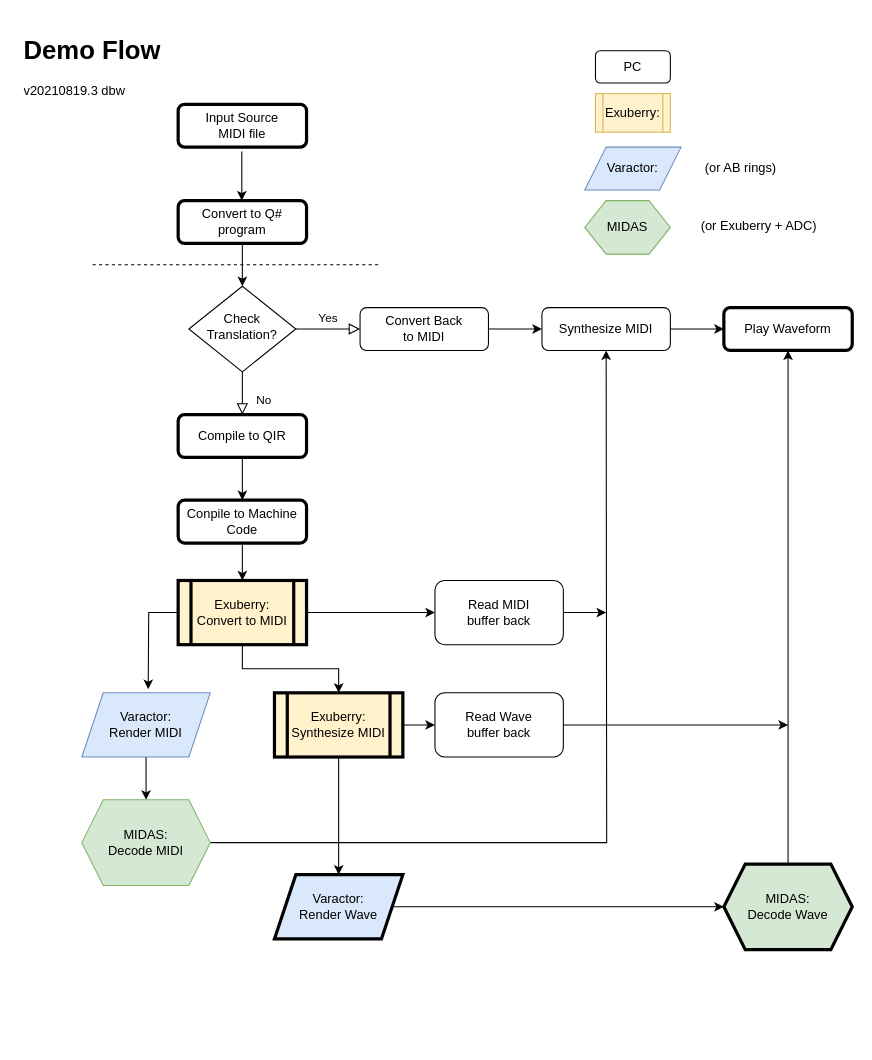
Before: DemoFlow.drawio in dbwz8/ASCII-Tetris, a draw.io diagram. Source tidied: cells renumbered, new cells numbered last; positions are measured from the earlier drawing's top-left corner, leaving out a move shared by most shapes. Both pictures are drawn from the tidied source at 107%, with x=0, y=0 at pixel (18, 29).
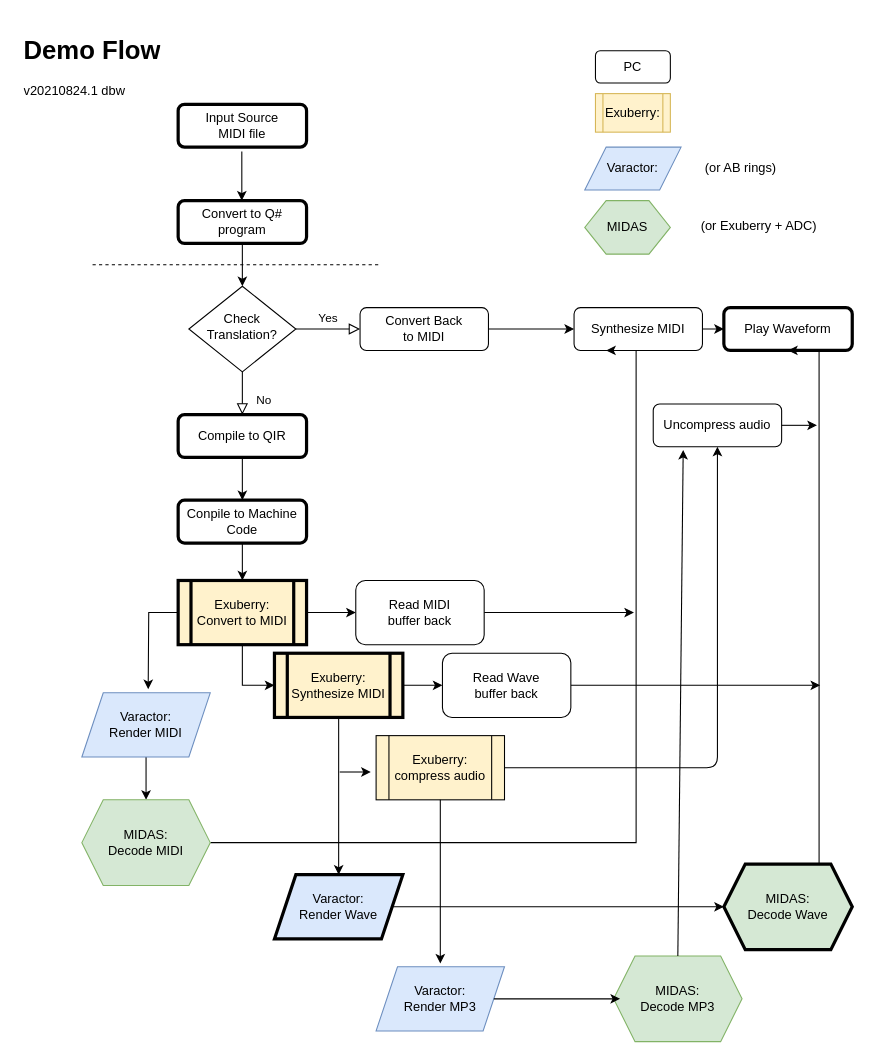
The same page after the edit.

Unchanged cells that the change refers to:
```xml
<mxCell id="21" value="Exuberry:&lt;br&gt;Convert to MIDI" style="shape=process;whiteSpace=wrap;html=1;backgroundOutline=1;fillColor=#fff2cc;strokeWidth=3;" parent="1" vertex="1">
  <mxGeometry x="149" y="515" width="120" height="60" as="geometry" />
</mxCell>
<mxCell id="28" value="MIDAS:&lt;br&gt;Decode MIDI" style="shape=hexagon;perimeter=hexagonPerimeter2;whiteSpace=wrap;html=1;fixedSize=1;fillColor=#d5e8d4;strokeColor=#82b366;" parent="1" vertex="1">
  <mxGeometry x="59" y="720" width="120" height="80" as="geometry" />
</mxCell>
<mxCell id="32" value="MIDAS:&lt;br&gt;Decode Wave" style="shape=hexagon;perimeter=hexagonPerimeter2;whiteSpace=wrap;html=1;fixedSize=1;fillColor=#d5e8d4;strokeWidth=3;" parent="1" vertex="1">
  <mxGeometry x="659" y="780" width="120" height="80" as="geometry" />
</mxCell>
```

What changed in the source:
```diff
@@
     <mxCell id="14" value="Synthesize MIDI" style="rounded=1;whiteSpace=wrap;html=1;fontSize=12;glass=0;strokeWidth=1;shadow=0;" parent="1" vertex="1">
-      <mxGeometry x="489" y="260" width="120" height="40" as="geometry" />
+      <mxGeometry x="519" y="260" width="120" height="40" as="geometry" />
     </mxCell>
@@
     <mxCell id="19" style="edgeStyle=orthogonalEdgeStyle;rounded=0;jettySize=auto;html=1;" parent="1" edge="1" source="21" target="24">
-      <mxGeometry relative="1" as="geometry" />
+      <mxGeometry relative="1" as="geometry">
+        <Array as="points">
+          <mxPoint x="209" y="613" />
+        </Array>
+      </mxGeometry>
     </mxCell>
@@
     <mxCell id="24" value="Exuberry:&lt;br&gt;Synthesize MIDI" style="shape=process;whiteSpace=wrap;html=1;backgroundOutline=1;fillColor=#fff2cc;strokeWidth=3;" parent="1" vertex="1">
-      <mxGeometry x="239" y="620" width="120" height="60" as="geometry" />
+      <mxGeometry x="239" y="583" width="120" height="60" as="geometry" />
     </mxCell>
@@
     <mxCell id="27" style="edgeStyle=orthogonalEdgeStyle;rounded=0;jettySize=auto;html=1;" parent="1" edge="1" source="28">
       <mxGeometry relative="1" as="geometry">
         <mxPoint x="549" y="300" as="targetPoint" />
+        <Array as="points">
+          <mxPoint x="577" y="760" />
+          <mxPoint x="577" y="300" />
+        </Array>
       </mxGeometry>
     </mxCell>
@@
     <mxCell id="31" style="edgeStyle=orthogonalEdgeStyle;rounded=0;jettySize=auto;html=1;" parent="1" edge="1" source="32">
       <mxGeometry relative="1" as="geometry">
         <mxPoint x="719" y="300" as="targetPoint" />
+        <Array as="points">
+          <mxPoint x="748" y="300" />
+        </Array>
       </mxGeometry>
     </mxCell>
@@
     <mxCell id="33" style="edgeStyle=orthogonalEdgeStyle;rounded=0;jettySize=auto;html=1;" parent="1" edge="1" source="34">
       <mxGeometry relative="1" as="geometry">
-        <mxPoint x="549" y="545" as="targetPoint" />
+        <mxPoint x="575" y="545" as="targetPoint" />
       </mxGeometry>
     </mxCell>
     <mxCell id="34" value="Read MIDI&lt;br&gt;buffer back" style="rounded=1;whiteSpace=wrap;html=1;" parent="1" vertex="1">
-      <mxGeometry x="389" y="515" width="120" height="60" as="geometry" />
+      <mxGeometry x="315" y="515" width="120" height="60" as="geometry" />
     </mxCell>
-    <mxCell id="35" style="edgeStyle=orthogonalEdgeStyle;rounded=0;jettySize=auto;html=1;" parent="1" edge="1" source="36">
+    <mxCell id="35" style="edgeStyle=orthogonalEdgeStyle;rounded=0;jettySize=auto;html=1;endArrow=classic;endFill=1;" parent="1" edge="1" source="36">
       <mxGeometry relative="1" as="geometry">
-        <mxPoint x="719" y="650" as="targetPoint" />
+        <mxPoint x="749" y="613" as="targetPoint" />
       </mxGeometry>
     </mxCell>
     <mxCell id="36" value="Read Wave&lt;br&gt;buffer back" style="rounded=1;whiteSpace=wrap;html=1;" parent="1" vertex="1">
-      <mxGeometry x="389" y="620" width="120" height="60" as="geometry" />
+      <mxGeometry x="396" y="583" width="120" height="60" as="geometry" />
     </mxCell>
@@
-    <mxCell id="44" value="&lt;h1&gt;Demo Flow&lt;/h1&gt;&lt;p&gt;v20210819.3 dbw&lt;/p&gt;" style="text;html=1;strokeColor=none;fillColor=none;spacing=5;spacingTop=-20;whiteSpace=wrap;overflow=hidden;rounded=0;" parent="1" vertex="1">
+    <mxCell id="44" value="&lt;h1&gt;Demo Flow&lt;/h1&gt;&lt;p&gt;v20210824.1 dbw&lt;/p&gt;" style="text;html=1;strokeColor=none;fillColor=none;spacing=5;spacingTop=-20;whiteSpace=wrap;overflow=hidden;rounded=0;" parent="1" vertex="1">
       <mxGeometry width="190" height="74" as="geometry" />
     </mxCell>
@@
+    <mxCell id="46" value="Exuberry:&lt;br&gt;compress audio" style="shape=process;whiteSpace=wrap;html=1;backgroundOutline=1;fillColor=#fff2cc;strokeWidth=1;" parent="1" vertex="1">
+      <mxGeometry x="334" y="660" width="120" height="60" as="geometry" />
+    </mxCell>
+    <mxCell id="47" style="endArrow=classic;html=1;" parent="1" edge="1">
+      <mxGeometry relative="1" as="geometry">
+        <mxPoint x="300" y="694" as="sourcePoint" />
+        <mxPoint x="329" y="694" as="targetPoint" />
+      </mxGeometry>
+    </mxCell>
+    <mxCell id="48" style="endArrow=classic;html=1;exitX=1;exitY=0.5;exitDx=0;exitDy=0;entryX=0.5;entryY=1;entryDx=0;entryDy=0;" parent="1" edge="1" source="46" target="49">
+      <mxGeometry relative="1" as="geometry">
+        <Array as="points">
+          <mxPoint x="653" y="690" />
+        </Array>
+      </mxGeometry>
+    </mxCell>
+    <mxCell id="49" value="Uncompress audio" style="rounded=1;whiteSpace=wrap;html=1;fontSize=12;glass=0;strokeWidth=1;shadow=0;" parent="1" vertex="1">
+      <mxGeometry x="593" y="350" width="120" height="40" as="geometry" />
+    </mxCell>
+    <mxCell id="50" style="endArrow=classic;html=1;exitX=1;exitY=0.5;exitDx=0;exitDy=0;" parent="1" edge="1" source="49">
+      <mxGeometry relative="1" as="geometry">
+        <mxPoint x="746" y="370" as="targetPoint" />
+      </mxGeometry>
+    </mxCell>
+    <mxCell id="51" value="Varactor:&lt;br&gt;Render MP3" style="shape=parallelogram;perimeter=parallelogramPerimeter;whiteSpace=wrap;html=1;fixedSize=1;fillColor=#dae8fc;strokeColor=#6c8ebf;" parent="1" vertex="1">
+      <mxGeometry x="334" y="876" width="120" height="60" as="geometry" />
+    </mxCell>
+    <mxCell id="52" value="MIDAS:&lt;br&gt;Decode MP3" style="shape=hexagon;perimeter=hexagonPerimeter2;whiteSpace=wrap;html=1;fixedSize=1;fillColor=#d5e8d4;strokeColor=#82b366;" parent="1" vertex="1">
+      <mxGeometry x="556" y="866" width="120" height="80" as="geometry" />
+    </mxCell>
+    <mxCell id="53" style="edgeStyle=orthogonalEdgeStyle;rounded=0;jettySize=auto;html=1;exitX=1;exitY=0.5;exitDx=0;exitDy=0;" parent="1" edge="1" source="51">
+      <mxGeometry relative="1" as="geometry">
+        <mxPoint x="562" y="906" as="targetPoint" />
+      </mxGeometry>
+    </mxCell>
+    <mxCell id="54" style="endArrow=classic;html=1;exitX=0.5;exitY=0;exitDx=0;exitDy=0;" parent="1" edge="1" source="52">
+      <mxGeometry relative="1" as="geometry">
+        <mxPoint x="621" y="393" as="targetPoint" />
+      </mxGeometry>
+    </mxCell>
+    <mxCell id="55" style="edgeStyle=orthogonalEdgeStyle;rounded=0;jettySize=auto;html=1;exitX=0.5;exitY=1;exitDx=0;exitDy=0;" parent="1" edge="1" source="46">
+      <mxGeometry relative="1" as="geometry">
+        <mxPoint x="394" y="873" as="targetPoint" />
+      </mxGeometry>
+    </mxCell>
```
